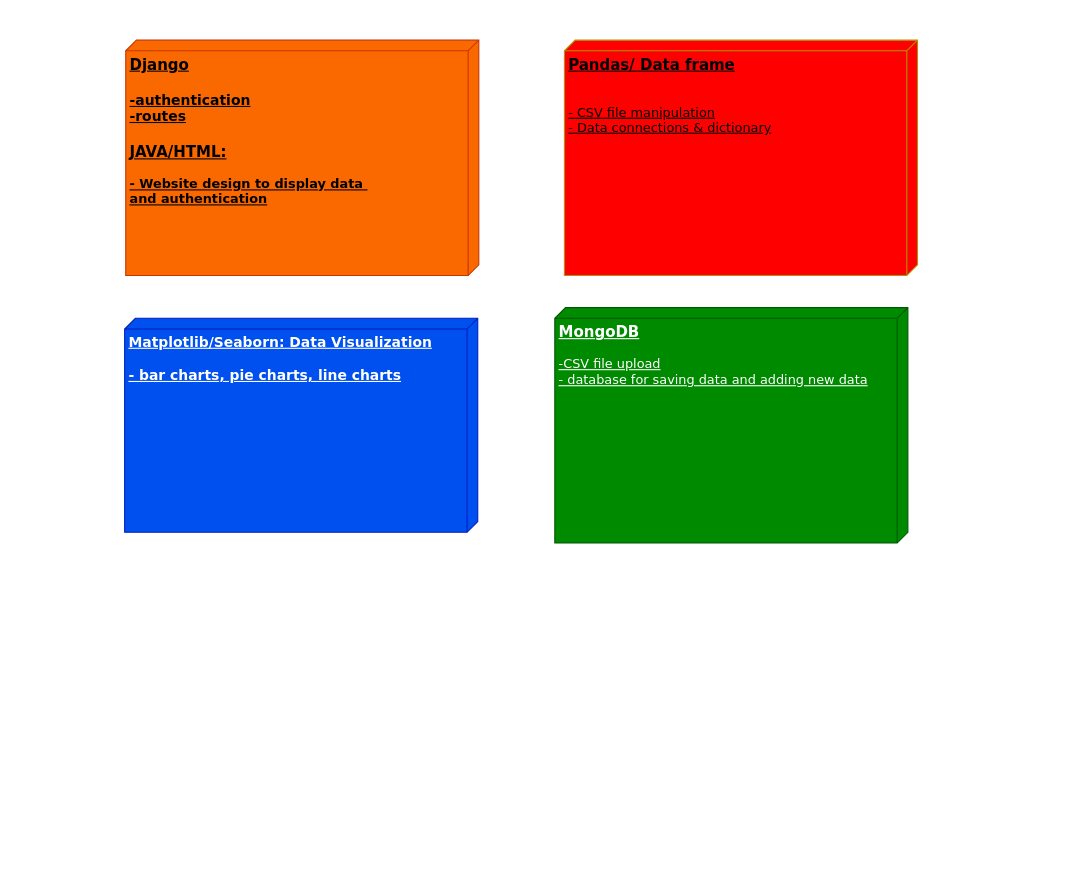
Earlier version of the draw.io diagram Untitled Diagram.drawio (cyb3rlotus/cyb3rlotus). Source tidied: cells renumbered, new cells numbered last; positions are measured from the earlier drawing's top-left corner, leaving out a move shared by most shapes. Both pictures are drawn from the tidied source at 107%, with x=0, y=0 at pixel (124, 40).
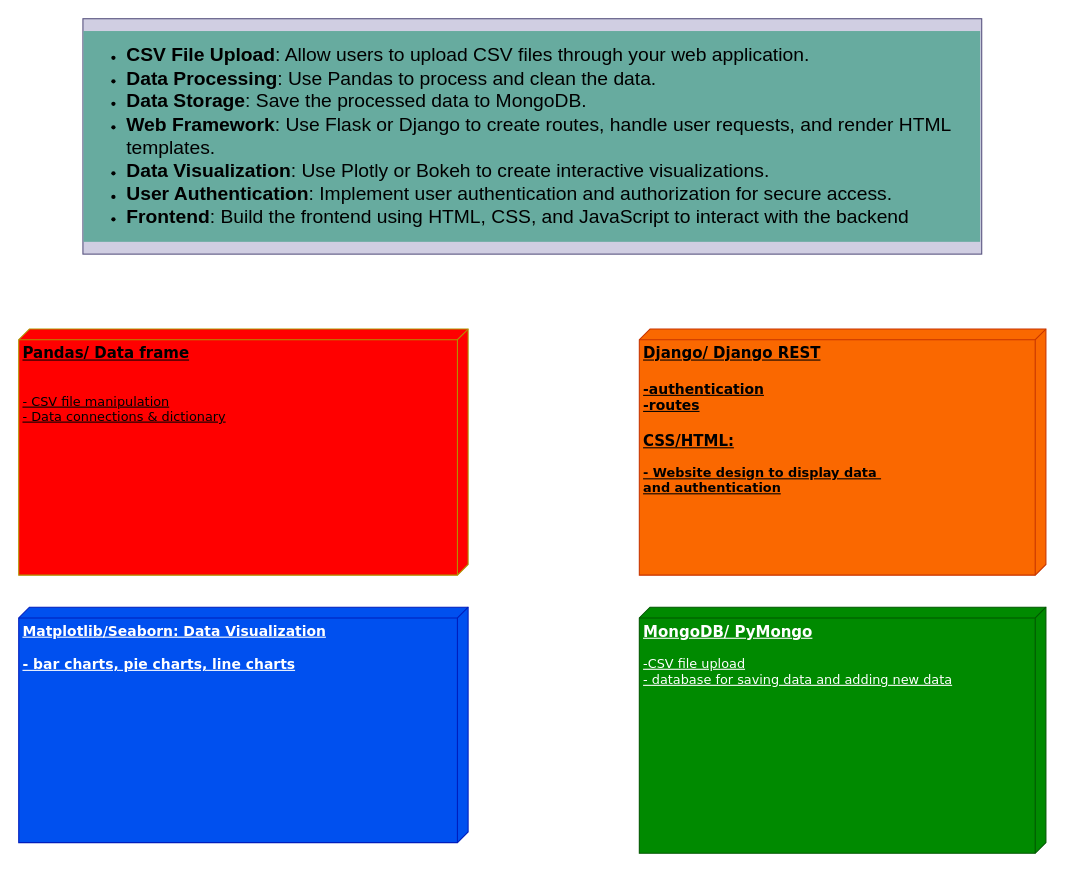
Above is the later version.

Commit message (it also covers changes not shown here):
CS Metrics Web App

The edit, as a diff of the source:
```diff
@@
 <mxGraphModel>
   <root>
     <mxCell id="0" />
     <mxCell id="1" parent="0" />
-    <mxCell id="2" value="&lt;div&gt;&lt;b&gt;&lt;font style=&quot;font-size: 14px;&quot;&gt;Django&lt;/font&gt;&lt;/b&gt;&lt;/div&gt;&lt;div&gt;&lt;b&gt;&lt;font style=&quot;font-size: 14px;&quot;&gt;&lt;br&gt;&lt;/font&gt;&lt;/b&gt;&lt;/div&gt;&lt;div style=&quot;font-size: 13px;&quot;&gt;&lt;font style=&quot;font-size: 13px;&quot;&gt;&lt;b&gt;&lt;font style=&quot;font-size: 13px;&quot;&gt;-authentication&lt;/font&gt;&lt;/b&gt;&lt;/font&gt;&lt;/div&gt;&lt;div style=&quot;font-size: 13px;&quot;&gt;&lt;font style=&quot;font-size: 13px;&quot;&gt;&lt;b&gt;&lt;font style=&quot;font-size: 13px;&quot;&gt;-routes&lt;/font&gt;&lt;/b&gt;&lt;/font&gt;&lt;/div&gt;&lt;div&gt;&lt;b&gt;&lt;font style=&quot;font-size: 14px;&quot;&gt;&lt;br&gt;&lt;/font&gt;&lt;/b&gt;&lt;/div&gt;&lt;div&gt;&lt;b&gt;&lt;font style=&quot;font-size: 14px;&quot;&gt;JAVA/HTML:&lt;/font&gt;&lt;/b&gt;&lt;/div&gt;&lt;div style=&quot;&quot;&gt;&lt;font style=&quot;font-size: 12px;&quot;&gt;&lt;b&gt;&lt;font style=&quot;font-size: 12px;&quot;&gt;&lt;br&gt;&lt;/font&gt;&lt;/b&gt;&lt;/font&gt;&lt;/div&gt;&lt;div&gt;&lt;font style=&quot;font-size: 12px;&quot;&gt;&lt;b&gt;&lt;font style=&quot;font-size: 12px;&quot;&gt;- Website design to display data&amp;nbsp;&lt;/font&gt;&lt;/b&gt;&lt;/font&gt;&lt;/div&gt;&lt;div style=&quot;&quot;&gt;&lt;font style=&quot;font-size: 12px;&quot;&gt;&lt;b&gt;&lt;font style=&quot;font-size: 12px;&quot;&gt;and authentication&lt;/font&gt;&lt;font style=&quot;font-size: 12px;&quot;&gt;&lt;br&gt;&lt;/font&gt;&lt;/b&gt;&lt;/font&gt;&lt;/div&gt;" style="verticalAlign=top;align=left;spacingTop=8;spacingLeft=2;spacingRight=12;shape=cube;size=10;direction=south;fontStyle=4;html=1;rounded=0;shadow=0;comic=0;labelBackgroundColor=none;strokeWidth=1;fontFamily=Verdana;fontSize=12;fillColor=#fa6800;strokeColor=#C73500;fontColor=#000000;" parent="1" vertex="1">
-      <mxGeometry x="1" width="330" height="220" as="geometry" />
+    <mxCell id="2" value="&lt;div&gt;&lt;b&gt;&lt;font style=&quot;font-size: 14px;&quot;&gt;Django/ Django REST&lt;br&gt;&lt;/font&gt;&lt;/b&gt;&lt;/div&gt;&lt;div&gt;&lt;b&gt;&lt;font style=&quot;font-size: 14px;&quot;&gt;&lt;br&gt;&lt;/font&gt;&lt;/b&gt;&lt;/div&gt;&lt;div style=&quot;font-size: 13px;&quot;&gt;&lt;font style=&quot;font-size: 13px;&quot;&gt;&lt;b&gt;&lt;font style=&quot;font-size: 13px;&quot;&gt;-authentication&lt;/font&gt;&lt;/b&gt;&lt;/font&gt;&lt;/div&gt;&lt;div style=&quot;font-size: 13px;&quot;&gt;&lt;font style=&quot;font-size: 13px;&quot;&gt;&lt;b&gt;&lt;font style=&quot;font-size: 13px;&quot;&gt;-routes&lt;/font&gt;&lt;/b&gt;&lt;/font&gt;&lt;/div&gt;&lt;div&gt;&lt;b&gt;&lt;font style=&quot;font-size: 14px;&quot;&gt;&lt;br&gt;&lt;/font&gt;&lt;/b&gt;&lt;/div&gt;&lt;div&gt;&lt;b&gt;&lt;font style=&quot;font-size: 14px;&quot;&gt;CSS/HTML:&lt;/font&gt;&lt;/b&gt;&lt;/div&gt;&lt;div style=&quot;&quot;&gt;&lt;font style=&quot;font-size: 12px;&quot;&gt;&lt;b&gt;&lt;font style=&quot;font-size: 12px;&quot;&gt;&lt;br&gt;&lt;/font&gt;&lt;/b&gt;&lt;/font&gt;&lt;/div&gt;&lt;div&gt;&lt;font style=&quot;font-size: 12px;&quot;&gt;&lt;b&gt;&lt;font style=&quot;font-size: 12px;&quot;&gt;- Website design to display data&amp;nbsp;&lt;/font&gt;&lt;/b&gt;&lt;/font&gt;&lt;/div&gt;&lt;div style=&quot;&quot;&gt;&lt;font style=&quot;font-size: 12px;&quot;&gt;&lt;b&gt;&lt;font style=&quot;font-size: 12px;&quot;&gt;and authentication&lt;/font&gt;&lt;font style=&quot;font-size: 12px;&quot;&gt;&lt;br&gt;&lt;/font&gt;&lt;/b&gt;&lt;/font&gt;&lt;/div&gt;" style="verticalAlign=top;align=left;spacingTop=8;spacingLeft=2;spacingRight=12;shape=cube;size=10;direction=south;fontStyle=4;html=1;rounded=0;shadow=0;comic=0;labelBackgroundColor=none;strokeWidth=1;fontFamily=Verdana;fontSize=12;fillColor=#fa6800;strokeColor=#C73500;fontColor=#000000;" parent="1" vertex="1">
+      <mxGeometry x="481" y="270" width="380" height="230" as="geometry" />
     </mxCell>
     <mxCell id="3" value="&lt;div&gt;&lt;b&gt;&lt;font style=&quot;font-size: 14px;&quot;&gt;Pandas/ Data frame&lt;/font&gt;&lt;/b&gt;&lt;/div&gt;&lt;div&gt;&lt;br&gt;&lt;/div&gt;&lt;div&gt;&lt;br&gt;&lt;/div&gt;&lt;div&gt;- CSV file manipulation&lt;/div&gt;&lt;div&gt;- Data connections &amp;amp; dictionary&lt;br&gt;&lt;/div&gt;" style="verticalAlign=top;align=left;spacingTop=8;spacingLeft=2;spacingRight=12;shape=cube;size=10;direction=south;fontStyle=4;html=1;rounded=0;shadow=0;comic=0;labelBackgroundColor=none;strokeWidth=1;fontFamily=Verdana;fontSize=12;fillColor=#FF0000;strokeColor=#B09500;fontColor=#000000;" parent="1" vertex="1">
-      <mxGeometry x="411" width="330" height="220" as="geometry" />
+      <mxGeometry x="-99" y="270" width="420" height="230" as="geometry" />
     </mxCell>
     <mxCell id="4" value="&lt;div&gt;&lt;b&gt;&lt;font style=&quot;font-size: 13px;&quot;&gt;Matplotlib/Seaborn: Data Visualization&lt;/font&gt;&lt;/b&gt;&lt;/div&gt;&lt;div&gt;&lt;b&gt;&lt;font style=&quot;font-size: 13px;&quot;&gt;&lt;br&gt;&lt;/font&gt;&lt;/b&gt;&lt;/div&gt;&lt;div&gt;&lt;b&gt;&lt;font style=&quot;font-size: 13px;&quot;&gt;- bar charts, pie charts, line charts&lt;br&gt;&lt;/font&gt;&lt;/b&gt;&lt;/div&gt;" style="verticalAlign=top;align=left;spacingTop=8;spacingLeft=2;spacingRight=12;shape=cube;size=10;direction=south;fontStyle=4;html=1;rounded=0;shadow=0;comic=0;labelBackgroundColor=none;strokeWidth=1;fontFamily=Verdana;fontSize=12;fillColor=#0050ef;fontColor=#ffffff;strokeColor=#001DBC;" parent="1" vertex="1">
-      <mxGeometry y="260" width="330" height="200" as="geometry" />
+      <mxGeometry x="-99" y="530" width="420" height="220" as="geometry" />
     </mxCell>
-    <mxCell id="5" value="&lt;div&gt;&lt;b&gt;&lt;font style=&quot;font-size: 14px;&quot;&gt;MongoDB&lt;/font&gt;&lt;/b&gt;&lt;/div&gt;&lt;div&gt;&lt;br&gt;&lt;/div&gt;&lt;div&gt;-CSV file upload&lt;/div&gt;&lt;div&gt;- database for saving data and adding new data&lt;br&gt;&lt;/div&gt;" style="verticalAlign=top;align=left;spacingTop=8;spacingLeft=2;spacingRight=12;shape=cube;size=10;direction=south;fontStyle=4;html=1;rounded=0;shadow=0;comic=0;labelBackgroundColor=none;strokeWidth=1;fontFamily=Verdana;fontSize=12;fillColor=#008a00;strokeColor=#005700;fontColor=#ffffff;" parent="1" vertex="1">
-      <mxGeometry x="402" y="250" width="330" height="220" as="geometry" />
+    <mxCell id="5" value="&lt;div&gt;&lt;b&gt;&lt;font style=&quot;font-size: 14px;&quot;&gt;MongoDB/ PyMongo&lt;br&gt;&lt;/font&gt;&lt;/b&gt;&lt;/div&gt;&lt;div&gt;&lt;br&gt;&lt;/div&gt;&lt;div&gt;-CSV file upload&lt;/div&gt;&lt;div&gt;- database for saving data and adding new data&lt;br&gt;&lt;/div&gt;" style="verticalAlign=top;align=left;spacingTop=8;spacingLeft=2;spacingRight=12;shape=cube;size=10;direction=south;fontStyle=4;html=1;rounded=0;shadow=0;comic=0;labelBackgroundColor=none;strokeWidth=1;fontFamily=Verdana;fontSize=12;fillColor=#008a00;strokeColor=#005700;fontColor=#ffffff;" parent="1" vertex="1">
+      <mxGeometry x="481" y="530" width="380" height="230" as="geometry" />
     </mxCell>
+    <mxCell id="6" value="&lt;div align=&quot;left&quot;&gt;&lt;ul&gt;&lt;li&gt;&lt;font style=&quot;font-size: 18px;&quot;&gt;&lt;strong&gt;CSV File Upload&lt;/strong&gt;: Allow users to upload CSV files through your web application.&lt;/font&gt;&lt;/li&gt;&lt;li&gt;&lt;font style=&quot;font-size: 18px;&quot;&gt;&lt;strong&gt;Data Processing&lt;/strong&gt;: Use Pandas to process and clean the data.&lt;/font&gt;&lt;/li&gt;&lt;li&gt;&lt;font style=&quot;font-size: 18px;&quot;&gt;&lt;strong&gt;Data Storage&lt;/strong&gt;: Save the processed data to MongoDB.&lt;/font&gt;&lt;/li&gt;&lt;li&gt;&lt;font style=&quot;font-size: 18px;&quot;&gt;&lt;strong&gt;Web Framework&lt;/strong&gt;: Use Flask or Django to create routes, handle user requests, and render HTML templates.&lt;/font&gt;&lt;/li&gt;&lt;li&gt;&lt;font style=&quot;font-size: 18px;&quot;&gt;&lt;strong&gt;Data Visualization&lt;/strong&gt;: Use Plotly or Bokeh to create interactive visualizations.&lt;/font&gt;&lt;/li&gt;&lt;li&gt;&lt;font style=&quot;font-size: 18px;&quot;&gt;&lt;strong&gt;User Authentication&lt;/strong&gt;: Implement user authentication and authorization for secure access.&lt;/font&gt;&lt;/li&gt;&lt;li&gt;&lt;font style=&quot;font-size: 18px;&quot;&gt;&lt;strong&gt;Frontend&lt;/strong&gt;: Build the frontend using HTML, CSS, and JavaScript to interact with the backend&lt;/font&gt;&lt;/li&gt;&lt;/ul&gt;&lt;/div&gt;" style="rounded=0;whiteSpace=wrap;html=1;labelBackgroundColor=#67AB9F;fillColor=#d0cee2;strokeColor=#56517e;" parent="1" vertex="1">
+      <mxGeometry x="-39" y="-20" width="840" height="220" as="geometry" />
+    </mxCell>
   </root>
 </mxGraphModel>
```
